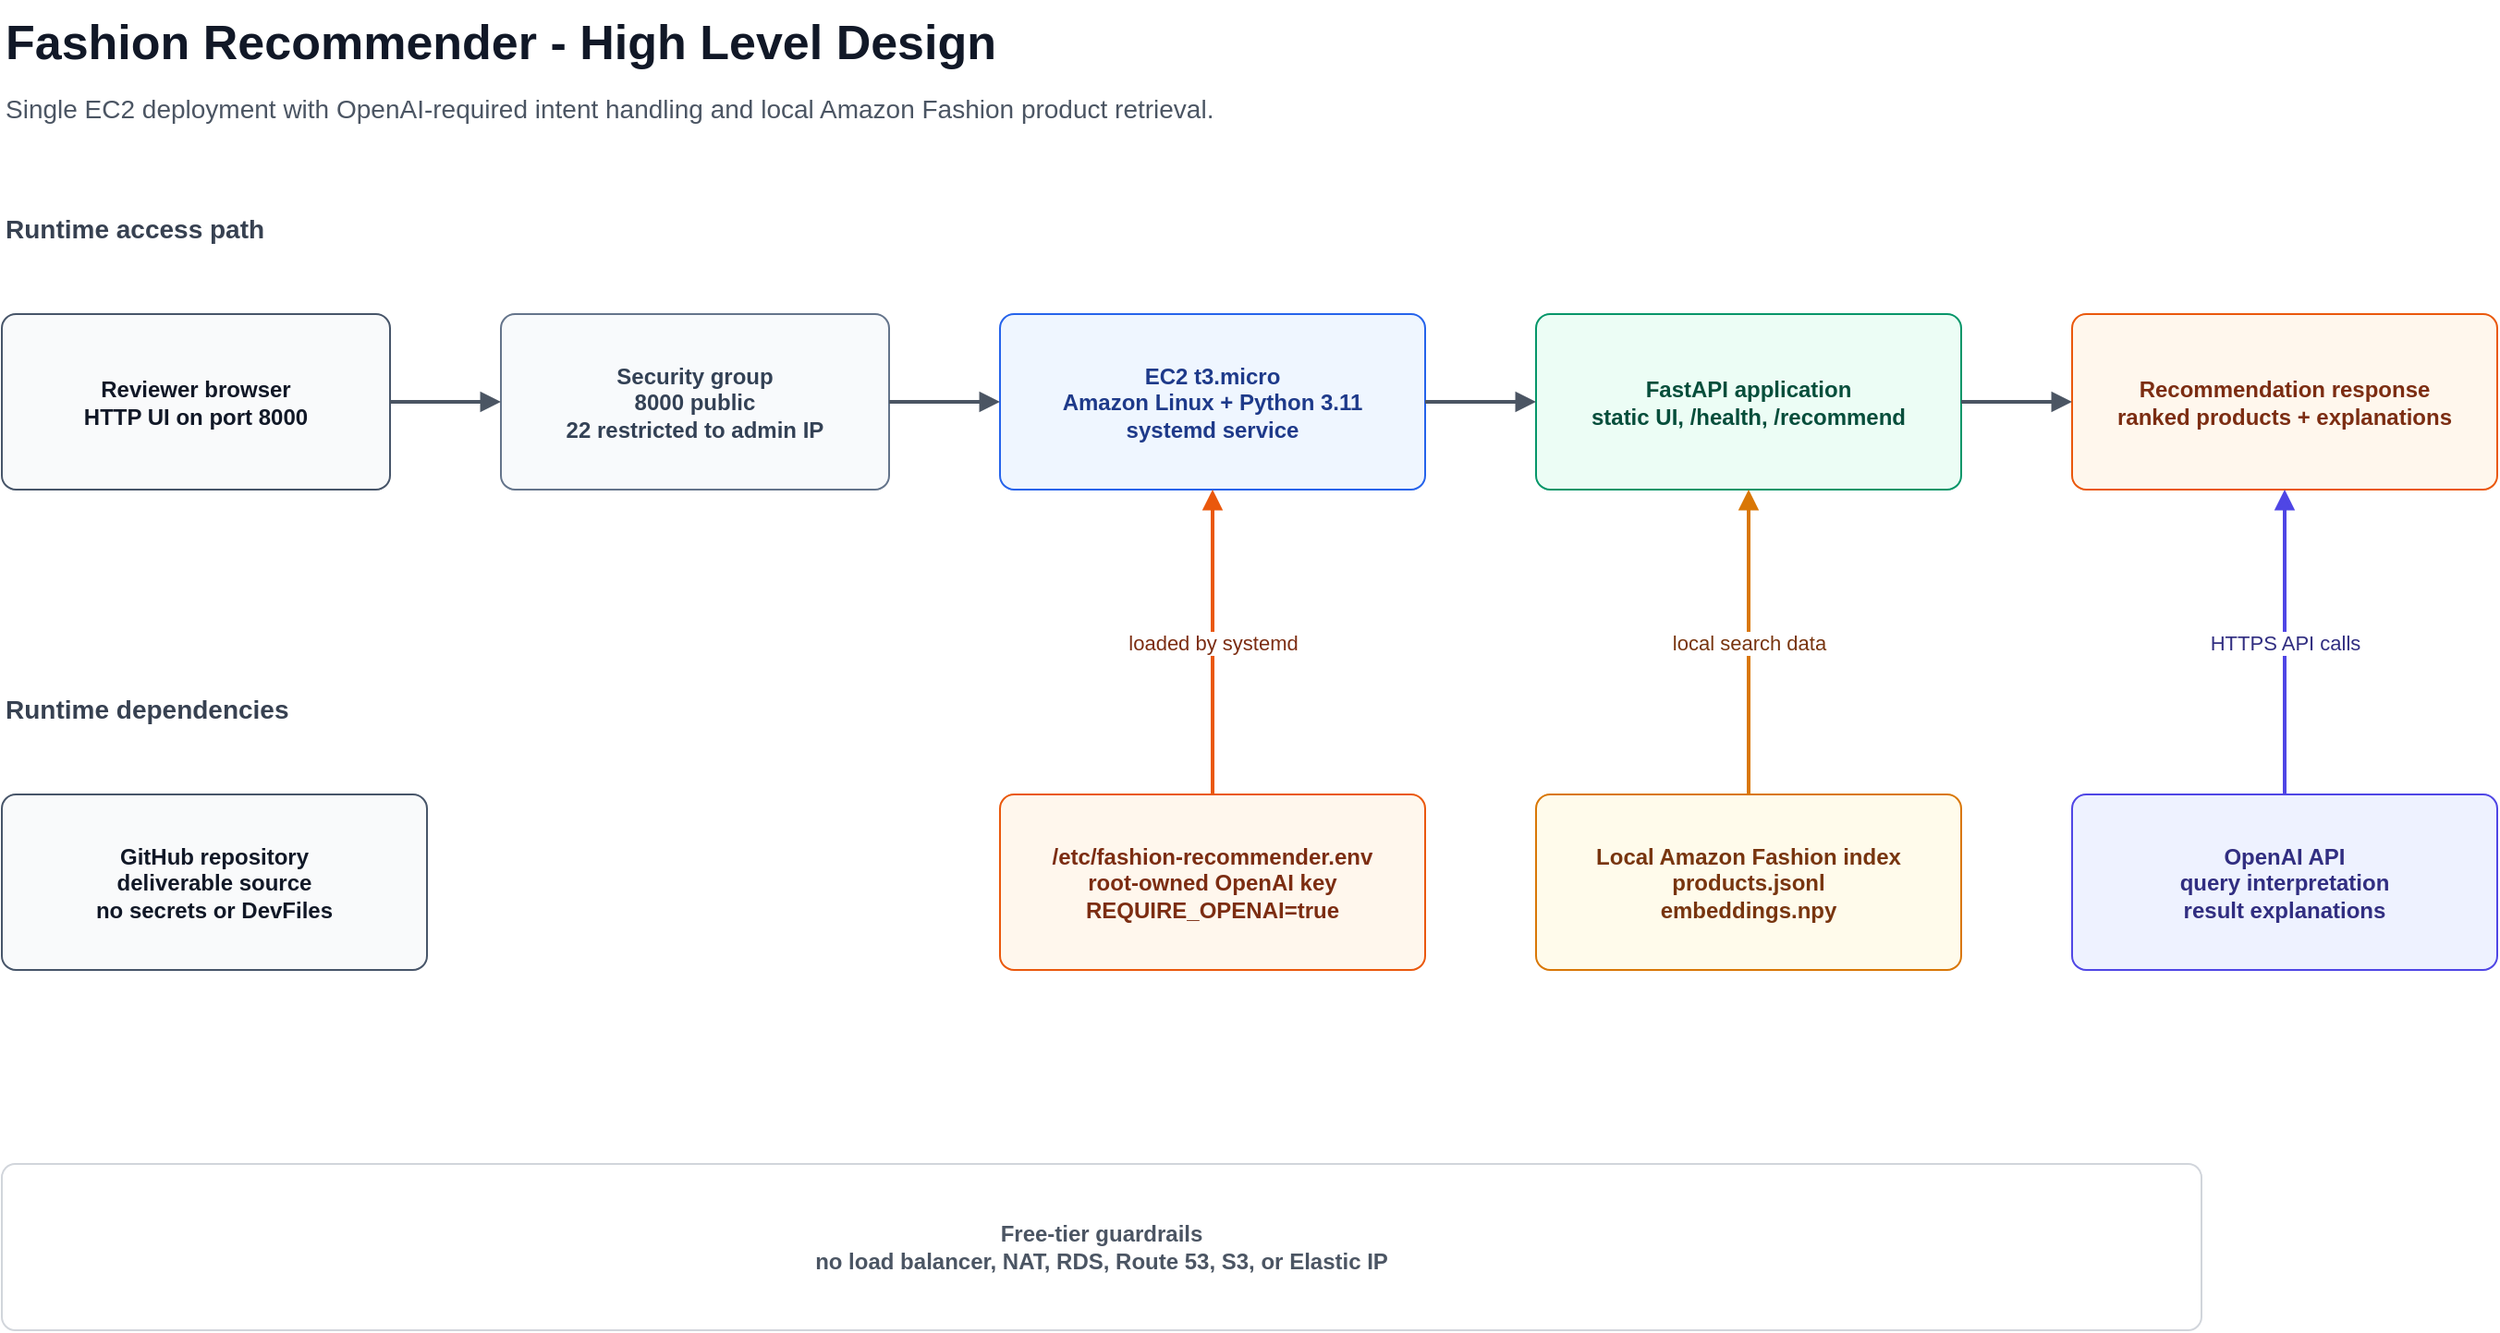
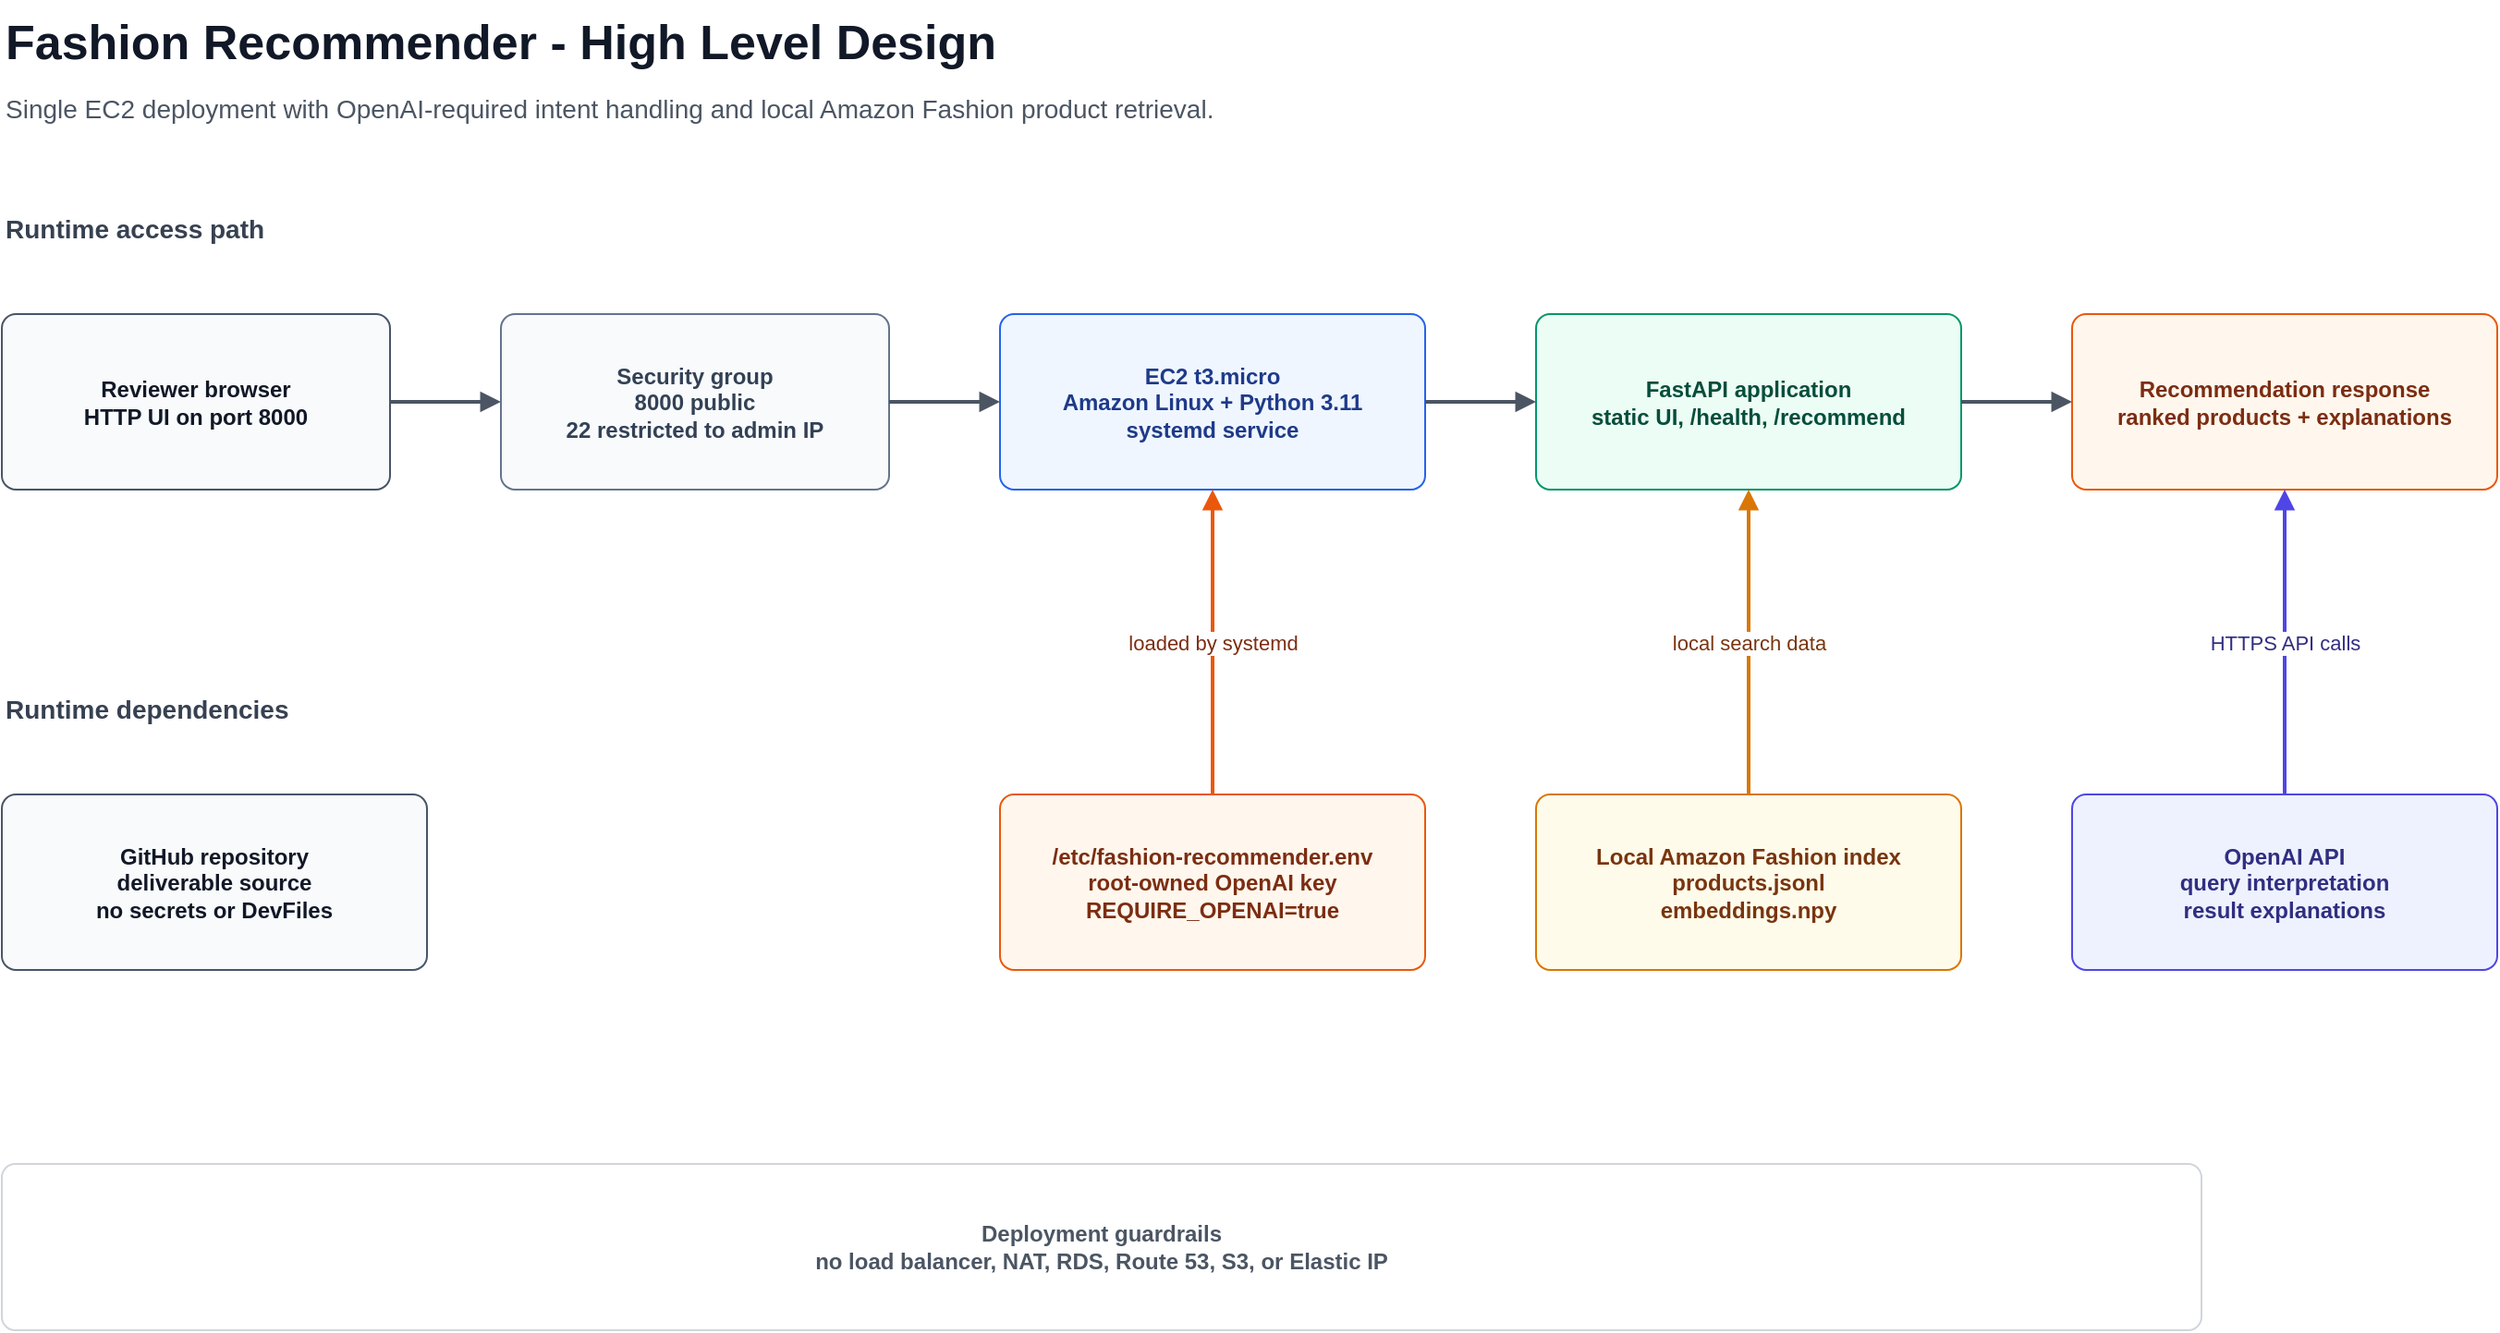
<mxfile host="app.diagrams.net" modified="2026-07-02T00:00:00.000Z" agent="draw.io" version="24.7.17">
  <diagram id="fashion-recommender-hld" name="HLD">
    <mxGraphModel dx="1600" dy="900" grid="1" gridSize="10" guides="1" tooltips="1" connect="1" arrows="1" fold="1" page="1" pageScale="1" pageWidth="1600" pageHeight="900" math="0" shadow="0">
      <root>
        <mxCell id="0" />
        <mxCell id="1" parent="0" />
        <mxCell id="title" value="Fashion Recommender - High Level Design" style="text;html=1;strokeColor=none;fillColor=none;fontSize=26;fontStyle=1;fontColor=#111827;align=left;verticalAlign=middle;whiteSpace=wrap;rounded=0;" vertex="1" parent="1">
          <mxGeometry x="60" y="35" width="700" height="45" as="geometry" />
        </mxCell>
        <mxCell id="subtitle" value="Single EC2 deployment with OpenAI-required intent handling and local Amazon Fashion product retrieval." style="text;html=1;strokeColor=none;fillColor=none;fontSize=14;fontColor=#4b5563;align=left;verticalAlign=middle;whiteSpace=wrap;rounded=0;" vertex="1" parent="1">
          <mxGeometry x="60" y="80" width="900" height="28" as="geometry" />
        </mxCell>

        <mxCell id="flowLabel" value="Runtime access path" style="text;html=1;strokeColor=none;fillColor=none;fontSize=14;fontStyle=1;fontColor=#374151;align=left;verticalAlign=middle;whiteSpace=wrap;rounded=0;" vertex="1" parent="1">
          <mxGeometry x="60" y="145" width="260" height="28" as="geometry" />
        </mxCell>
        <mxCell id="browser" value="Reviewer browser&#xa;HTTP UI on port 8000" style="rounded=1;whiteSpace=wrap;html=1;arcSize=8;fillColor=#f9fafb;strokeColor=#475569;fontColor=#111827;fontStyle=1;" vertex="1" parent="1">
          <mxGeometry x="60" y="205" width="210" height="95" as="geometry" />
        </mxCell>
        <mxCell id="sg" value="Security group&#xa;8000 public&#xa;22 restricted to admin IP" style="rounded=1;whiteSpace=wrap;html=1;arcSize=8;fillColor=#f8fafc;strokeColor=#64748b;fontColor=#334155;fontStyle=1;" vertex="1" parent="1">
          <mxGeometry x="330" y="205" width="210" height="95" as="geometry" />
        </mxCell>
        <mxCell id="ec2" value="EC2 t3.micro&#xa;Amazon Linux + Python 3.11&#xa;systemd service" style="rounded=1;whiteSpace=wrap;html=1;arcSize=8;fillColor=#eff6ff;strokeColor=#2563eb;fontColor=#1e3a8a;fontStyle=1;" vertex="1" parent="1">
          <mxGeometry x="600" y="205" width="230" height="95" as="geometry" />
        </mxCell>
        <mxCell id="app" value="FastAPI application&#xa;static UI, /health, /recommend" style="rounded=1;whiteSpace=wrap;html=1;arcSize=8;fillColor=#ecfdf5;strokeColor=#059669;fontColor=#064e3b;fontStyle=1;" vertex="1" parent="1">
          <mxGeometry x="890" y="205" width="230" height="95" as="geometry" />
        </mxCell>
        <mxCell id="result" value="Recommendation response&#xa;ranked products + explanations" style="rounded=1;whiteSpace=wrap;html=1;arcSize=8;fillColor=#fff7ed;strokeColor=#ea580c;fontColor=#7c2d12;fontStyle=1;" vertex="1" parent="1">
          <mxGeometry x="1180" y="205" width="230" height="95" as="geometry" />
        </mxCell>

        <mxCell id="dependencyLabel" value="Runtime dependencies" style="text;html=1;strokeColor=none;fillColor=none;fontSize=14;fontStyle=1;fontColor=#374151;align=left;verticalAlign=middle;whiteSpace=wrap;rounded=0;" vertex="1" parent="1">
          <mxGeometry x="60" y="405" width="260" height="28" as="geometry" />
        </mxCell>
        <mxCell id="repo" value="GitHub repository&#xa;deliverable source&#xa;no secrets or DevFiles" style="rounded=1;whiteSpace=wrap;html=1;arcSize=8;fillColor=#f9fafb;strokeColor=#475569;fontColor=#111827;fontStyle=1;" vertex="1" parent="1">
          <mxGeometry x="60" y="465" width="230" height="95" as="geometry" />
        </mxCell>
        <mxCell id="env" value="/etc/fashion-recommender.env&#xa;root-owned OpenAI key&#xa;REQUIRE_OPENAI=true" style="rounded=1;whiteSpace=wrap;html=1;arcSize=8;fillColor=#fff7ed;strokeColor=#ea580c;fontColor=#7c2d12;fontStyle=1;" vertex="1" parent="1">
          <mxGeometry x="600" y="465" width="230" height="95" as="geometry" />
        </mxCell>
        <mxCell id="index" value="Local Amazon Fashion index&#xa;products.jsonl&#xa;embeddings.npy" style="rounded=1;whiteSpace=wrap;html=1;arcSize=8;fillColor=#fffbeb;strokeColor=#d97706;fontColor=#78350f;fontStyle=1;" vertex="1" parent="1">
          <mxGeometry x="890" y="465" width="230" height="95" as="geometry" />
        </mxCell>
        <mxCell id="openai" value="OpenAI API&#xa;query interpretation&#xa;result explanations" style="rounded=1;whiteSpace=wrap;html=1;arcSize=8;fillColor=#eef2ff;strokeColor=#4f46e5;fontColor=#312e81;fontStyle=1;" vertex="1" parent="1">
          <mxGeometry x="1180" y="465" width="230" height="95" as="geometry" />
        </mxCell>
-         <mxCell id="guardrail" value="Free-tier guardrails&#xa;no load balancer, NAT, RDS, Route 53, S3, or Elastic IP" style="rounded=1;whiteSpace=wrap;html=1;arcSize=8;fillColor=#ffffff;strokeColor=#d1d5db;fontColor=#4b5563;fontStyle=1;" vertex="1" parent="1">
+         <mxCell id="guardrail" value="Deployment guardrails&#xa;no load balancer, NAT, RDS, Route 53, S3, or Elastic IP" style="rounded=1;whiteSpace=wrap;html=1;arcSize=8;fillColor=#ffffff;strokeColor=#d1d5db;fontColor=#4b5563;fontStyle=1;" vertex="1" parent="1">
          <mxGeometry x="60" y="665" width="1190" height="90" as="geometry" />
        </mxCell>

        <mxCell id="e1" style="edgeStyle=orthogonalEdgeStyle;endArrow=block;html=1;rounded=0;strokeWidth=2;strokeColor=#4b5563;exitX=1;exitY=0.5;entryX=0;entryY=0.5;" edge="1" parent="1" source="browser" target="sg"><mxGeometry relative="1" as="geometry" /></mxCell>
        <mxCell id="e2" style="edgeStyle=orthogonalEdgeStyle;endArrow=block;html=1;rounded=0;strokeWidth=2;strokeColor=#4b5563;exitX=1;exitY=0.5;entryX=0;entryY=0.5;" edge="1" parent="1" source="sg" target="ec2"><mxGeometry relative="1" as="geometry" /></mxCell>
        <mxCell id="e3" style="edgeStyle=orthogonalEdgeStyle;endArrow=block;html=1;rounded=0;strokeWidth=2;strokeColor=#4b5563;exitX=1;exitY=0.5;entryX=0;entryY=0.5;" edge="1" parent="1" source="ec2" target="app"><mxGeometry relative="1" as="geometry" /></mxCell>
        <mxCell id="e4" style="edgeStyle=orthogonalEdgeStyle;endArrow=block;html=1;rounded=0;strokeWidth=2;strokeColor=#4b5563;exitX=1;exitY=0.5;entryX=0;entryY=0.5;" edge="1" parent="1" source="app" target="result"><mxGeometry relative="1" as="geometry" /></mxCell>
        <mxCell id="e6" value="loaded by systemd" style="edgeStyle=orthogonalEdgeStyle;endArrow=block;html=1;rounded=0;strokeWidth=2;strokeColor=#ea580c;fontColor=#7c2d12;exitX=0.5;exitY=0;entryX=0.5;entryY=1;" edge="1" parent="1" source="env" target="ec2"><mxGeometry relative="1" as="geometry" /></mxCell>
        <mxCell id="e7" value="local search data" style="edgeStyle=orthogonalEdgeStyle;endArrow=block;html=1;rounded=0;strokeWidth=2;strokeColor=#d97706;fontColor=#78350f;exitX=0.5;exitY=0;entryX=0.5;entryY=1;" edge="1" parent="1" source="index" target="app"><mxGeometry relative="1" as="geometry" /></mxCell>
        <mxCell id="e8" value="HTTPS API calls" style="edgeStyle=orthogonalEdgeStyle;endArrow=block;html=1;rounded=0;strokeWidth=2;strokeColor=#4f46e5;fontColor=#312e81;exitX=0.5;exitY=0;entryX=0.5;entryY=1;" edge="1" parent="1" source="openai" target="result"><mxGeometry relative="1" as="geometry" /></mxCell>
      </root>
    </mxGraphModel>
  </diagram>
</mxfile>
